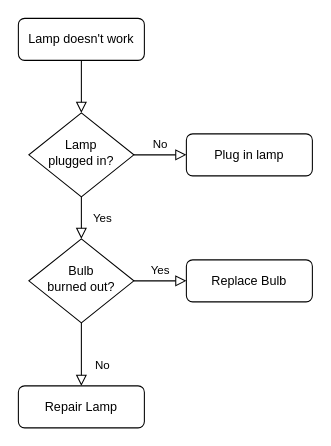
This is Untitled Diagram.drawio from zx1Alex/MyTest, a draw.io file, before an edit. Source tidied: cells renumbered, new cells numbered last; positions are measured from the earlier drawing's top-left corner, leaving out a move shared by most shapes. Both pictures are drawn from the tidied source at 105%, with x=0, y=0 at pixel (18, 18).
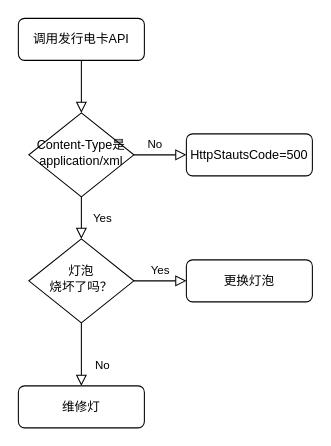
The same page after the edit.

Diff of the diagram source:
```diff
@@
 <mxGraphModel>
   <root>
     <mxCell id="0" />
     <mxCell id="1" parent="0" />
     <mxCell id="2" style="rounded=0;html=1;jettySize=auto;fontSize=11;endArrow=block;endFill=0;endSize=8;strokeWidth=1;shadow=0;labelBackgroundColor=none;edgeStyle=orthogonalEdgeStyle;" parent="1" edge="1" source="3" target="6">
       <mxGeometry relative="1" as="geometry" />
     </mxCell>
-    <mxCell id="3" value="Lamp doesn't work" style="rounded=1;whiteSpace=wrap;html=1;fontSize=12;glass=0;strokeWidth=1;shadow=0;" parent="1" vertex="1">
+    <mxCell id="3" value="调用发行电卡API" style="rounded=1;whiteSpace=wrap;html=1;fontSize=12;glass=0;strokeWidth=1;shadow=0;" parent="1" vertex="1">
       <mxGeometry width="120" height="40" as="geometry" />
     </mxCell>
     <mxCell id="4" value="Yes" style="rounded=0;html=1;jettySize=auto;fontSize=11;endArrow=block;endFill=0;endSize=8;strokeWidth=1;shadow=0;labelBackgroundColor=none;edgeStyle=orthogonalEdgeStyle;" parent="1" edge="1" source="6" target="10">
       <mxGeometry y="20" relative="1" as="geometry" />
     </mxCell>
     <mxCell id="5" value="No" style="edgeStyle=orthogonalEdgeStyle;rounded=0;html=1;jettySize=auto;fontSize=11;endArrow=block;endFill=0;endSize=8;strokeWidth=1;shadow=0;labelBackgroundColor=none;" parent="1" edge="1" source="6" target="7">
-      <mxGeometry y="10" relative="1" as="geometry" />
+      <mxGeometry x="-0.2" y="10" relative="1" as="geometry" />
     </mxCell>
-    <mxCell id="6" value="Lamp&lt;br&gt;plugged in?" style="rhombus;whiteSpace=wrap;html=1;shadow=0;fontFamily=Helvetica;fontSize=12;align=center;strokeWidth=1;spacing=6;spacingTop=-4;" parent="1" vertex="1">
+    <mxCell id="6" value="Content-Type是application/xml" style="rhombus;whiteSpace=wrap;html=1;shadow=0;fontFamily=Helvetica;fontSize=12;align=center;strokeWidth=1;spacing=6;spacingTop=-4;" parent="1" vertex="1">
       <mxGeometry x="10" y="90" width="100" height="80" as="geometry" />
     </mxCell>
-    <mxCell id="7" value="Plug in lamp" style="rounded=1;whiteSpace=wrap;html=1;fontSize=12;glass=0;strokeWidth=1;shadow=0;" parent="1" vertex="1">
+    <mxCell id="7" value="HttpStautsCode=500" style="rounded=1;whiteSpace=wrap;html=1;fontSize=12;glass=0;strokeWidth=1;shadow=0;" parent="1" vertex="1">
       <mxGeometry x="160" y="110" width="120" height="40" as="geometry" />
     </mxCell>
     <mxCell id="8" value="No" style="rounded=0;html=1;jettySize=auto;fontSize=11;endArrow=block;endFill=0;endSize=8;strokeWidth=1;shadow=0;labelBackgroundColor=none;edgeStyle=orthogonalEdgeStyle;" parent="1" edge="1" source="10" target="11">
       <mxGeometry x="0.33" y="20" relative="1" as="geometry" />
     </mxCell>
     <mxCell id="9" value="Yes" style="edgeStyle=orthogonalEdgeStyle;rounded=0;html=1;jettySize=auto;fontSize=11;endArrow=block;endFill=0;endSize=8;strokeWidth=1;shadow=0;labelBackgroundColor=none;" parent="1" edge="1" source="10" target="12">
       <mxGeometry y="10" relative="1" as="geometry" />
     </mxCell>
-    <mxCell id="10" value="Bulb&lt;br&gt;burned out?" style="rhombus;whiteSpace=wrap;html=1;shadow=0;fontFamily=Helvetica;fontSize=12;align=center;strokeWidth=1;spacing=6;spacingTop=-4;" parent="1" vertex="1">
+    <mxCell id="10" value="灯泡&lt;br&gt;烧坏了吗？" style="rhombus;whiteSpace=wrap;html=1;shadow=0;fontFamily=Helvetica;fontSize=12;align=center;strokeWidth=1;spacing=6;spacingTop=-4;" parent="1" vertex="1">
       <mxGeometry x="10" y="210" width="100" height="80" as="geometry" />
     </mxCell>
-    <mxCell id="11" value="Repair Lamp" style="rounded=1;whiteSpace=wrap;html=1;fontSize=12;glass=0;strokeWidth=1;shadow=0;" parent="1" vertex="1">
+    <mxCell id="11" value="维修灯" style="rounded=1;whiteSpace=wrap;html=1;fontSize=12;glass=0;strokeWidth=1;shadow=0;" parent="1" vertex="1">
       <mxGeometry y="350" width="120" height="40" as="geometry" />
     </mxCell>
-    <mxCell id="12" value="Replace Bulb" style="rounded=1;whiteSpace=wrap;html=1;fontSize=12;glass=0;strokeWidth=1;shadow=0;" parent="1" vertex="1">
+    <mxCell id="12" value="更换灯泡" style="rounded=1;whiteSpace=wrap;html=1;fontSize=12;glass=0;strokeWidth=1;shadow=0;" parent="1" vertex="1">
       <mxGeometry x="160" y="230" width="120" height="40" as="geometry" />
     </mxCell>
   </root>
 </mxGraphModel>
```
